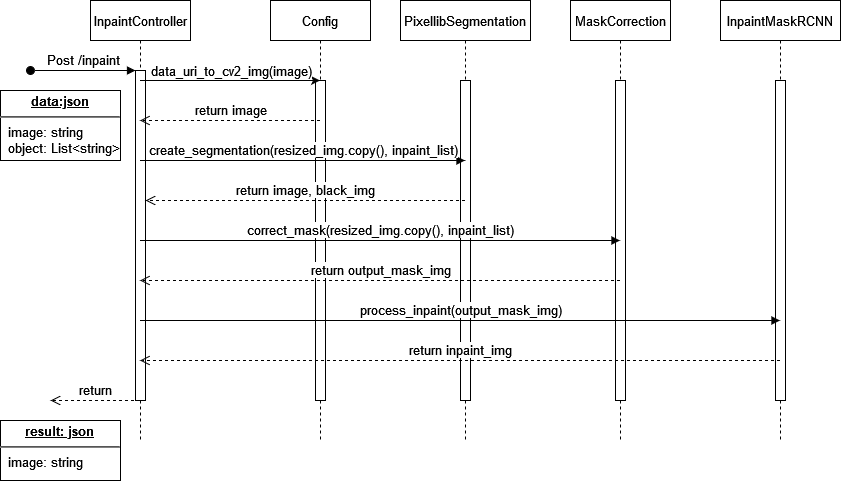
This is Documentation/SeqInpaintController.drawio.png from JesoosSoz/diminished-reality, a draw.io export, as it was before one commit. Source tidied: cells renumbered, new cells last; positions are measured from the earlier drawing's top-left corner, leaving out a move shared by most shapes.
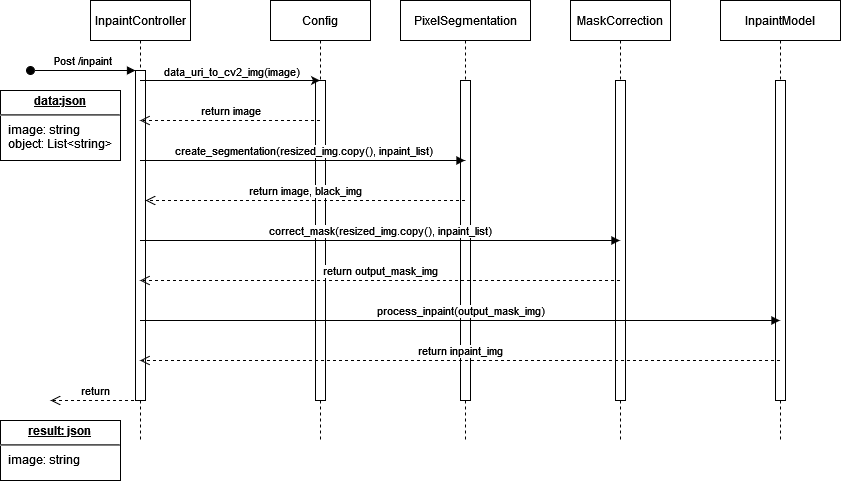
Later version of the same file.

Change to the diagram source:
```diff
@@ -2,109 +2,109 @@
   <root>
     <mxCell id="0" />
     <mxCell id="1" parent="0" />
-    <mxCell id="2" value="InpaintController" style="shape=umlLifeline;perimeter=lifelinePerimeter;rounded=0;shadow=0;strokeWidth=1;fontSize=13;" parent="1" vertex="1">
+    <mxCell id="2" value="InpaintController" style="shape=umlLifeline;perimeter=lifelinePerimeter;rounded=0;shadow=0;strokeWidth=1;" parent="1" vertex="1">
       <mxGeometry x="90" width="100" height="440" as="geometry" />
     </mxCell>
-    <mxCell id="3" style="points=[];perimeter=orthogonalPerimeter;rounded=0;shadow=0;strokeWidth=1;fontSize=13;" parent="2" vertex="1">
+    <mxCell id="3" style="points=[];perimeter=orthogonalPerimeter;rounded=0;shadow=0;strokeWidth=1;" parent="2" vertex="1">
       <mxGeometry x="45" y="70" width="10" height="330" as="geometry" />
     </mxCell>
-    <mxCell id="4" value="Post /inpaint" style="verticalAlign=bottom;startArrow=oval;endArrow=block;startSize=8;shadow=0;strokeWidth=1;fontSize=13;" parent="2" edge="1" target="3">
+    <mxCell id="4" value="Post /inpaint" style="verticalAlign=bottom;startArrow=oval;endArrow=block;startSize=8;shadow=0;strokeWidth=1;" parent="2" edge="1" target="3">
       <mxGeometry relative="1" as="geometry">
         <mxPoint x="-60" y="70" as="sourcePoint" />
       </mxGeometry>
     </mxCell>
-    <mxCell id="5" value="&lt;p style=&quot;margin: 4px 0px 0px; text-align: center; text-decoration: underline; font-size: 13px;&quot;&gt;&lt;b style=&quot;font-size: 13px;&quot;&gt;result: json&lt;/b&gt;&lt;br style=&quot;font-size: 13px;&quot;&gt;&lt;/p&gt;&lt;hr style=&quot;font-size: 13px;&quot;&gt;&lt;p style=&quot;margin: 0px 0px 0px 8px; font-size: 13px;&quot;&gt;image: string&lt;br style=&quot;font-size: 13px;&quot;&gt;&lt;/p&gt;" style="verticalAlign=top;align=left;overflow=fill;fontSize=13;fontFamily=Helvetica;html=1;" parent="2" vertex="1">
+    <mxCell id="5" value="&lt;p style=&quot;margin: 0px ; margin-top: 4px ; text-align: center ; text-decoration: underline&quot;&gt;&lt;b&gt;result: json&lt;/b&gt;&lt;br&gt;&lt;/p&gt;&lt;hr&gt;&lt;p style=&quot;margin: 0px ; margin-left: 8px&quot;&gt;image: string&lt;br&gt;&lt;/p&gt;" style="verticalAlign=top;align=left;overflow=fill;fontSize=12;fontFamily=Helvetica;html=1;" parent="2" vertex="1">
       <mxGeometry x="-90" y="420" width="120" height="60" as="geometry" />
     </mxCell>
-    <mxCell id="6" value="&lt;p style=&quot;margin: 4px 0px 0px; text-align: center; text-decoration: underline; font-size: 13px;&quot;&gt;&lt;b style=&quot;font-size: 13px;&quot;&gt;data:json&lt;/b&gt;&lt;/p&gt;&lt;hr style=&quot;font-size: 13px;&quot;&gt;&lt;p style=&quot;margin: 0px 0px 0px 8px; font-size: 13px;&quot;&gt;image: string&lt;br style=&quot;font-size: 13px;&quot;&gt;object: List&amp;lt;string&amp;gt;&lt;br style=&quot;font-size: 13px;&quot;&gt;&lt;/p&gt;" style="verticalAlign=top;align=left;overflow=fill;fontSize=13;fontFamily=Helvetica;html=1;" parent="2" vertex="1">
+    <mxCell id="6" value="&lt;p style=&quot;margin: 0px ; margin-top: 4px ; text-align: center ; text-decoration: underline&quot;&gt;&lt;b&gt;data:json&lt;/b&gt;&lt;/p&gt;&lt;hr&gt;&lt;p style=&quot;margin: 0px ; margin-left: 8px&quot;&gt;image: string&lt;br&gt;object: List&amp;lt;string&amp;gt;&lt;br&gt;&lt;/p&gt;" style="verticalAlign=top;align=left;overflow=fill;fontSize=12;fontFamily=Helvetica;html=1;" parent="2" vertex="1">
       <mxGeometry x="-90" y="90" width="120" height="70" as="geometry" />
     </mxCell>
-    <mxCell id="7" value="PixellibSegmentation" style="shape=umlLifeline;perimeter=lifelinePerimeter;rounded=0;shadow=0;strokeWidth=1;fontSize=13;" parent="1" vertex="1">
+    <mxCell id="7" value="PixelSegmentation" style="shape=umlLifeline;perimeter=lifelinePerimeter;rounded=0;shadow=0;strokeWidth=1;" parent="1" vertex="1">
       <mxGeometry x="400" width="130" height="440" as="geometry" />
     </mxCell>
-    <mxCell id="8" style="perimeter=orthogonalPerimeter;rounded=0;shadow=0;strokeWidth=1;fontSize=13;" parent="7" vertex="1">
+    <mxCell id="8" style="perimeter=orthogonalPerimeter;rounded=0;shadow=0;strokeWidth=1;" parent="7" vertex="1">
       <mxGeometry x="60" y="80" width="10" height="320" as="geometry" />
     </mxCell>
-    <mxCell id="9" value="MaskCorrection" style="shape=umlLifeline;perimeter=lifelinePerimeter;rounded=0;shadow=0;strokeWidth=1;fontSize=13;" parent="1" vertex="1">
+    <mxCell id="9" value="MaskCorrection" style="shape=umlLifeline;perimeter=lifelinePerimeter;rounded=0;shadow=0;strokeWidth=1;" parent="1" vertex="1">
       <mxGeometry x="570" width="100" height="440" as="geometry" />
     </mxCell>
-    <mxCell id="10" style="perimeter=orthogonalPerimeter;rounded=0;shadow=0;strokeWidth=1;fontSize=13;" parent="9" vertex="1">
+    <mxCell id="10" style="perimeter=orthogonalPerimeter;rounded=0;shadow=0;strokeWidth=1;" parent="9" vertex="1">
       <mxGeometry x="45" y="80" width="10" height="320" as="geometry" />
     </mxCell>
-    <mxCell id="11" value="InpaintMaskRCNN" style="shape=umlLifeline;perimeter=lifelinePerimeter;rounded=0;shadow=0;strokeWidth=1;size=40;fontSize=13;" parent="1" vertex="1">
+    <mxCell id="11" value="InpaintModel" style="shape=umlLifeline;perimeter=lifelinePerimeter;rounded=0;shadow=0;strokeWidth=1;size=40;" parent="1" vertex="1">
       <mxGeometry x="720" width="120" height="440" as="geometry" />
     </mxCell>
-    <mxCell id="12" style="perimeter=orthogonalPerimeter;rounded=0;shadow=0;strokeWidth=1;fontSize=13;" parent="11" vertex="1">
+    <mxCell id="12" style="perimeter=orthogonalPerimeter;rounded=0;shadow=0;strokeWidth=1;" parent="11" vertex="1">
       <mxGeometry x="55" y="80" width="10" height="320" as="geometry" />
     </mxCell>
-    <mxCell id="13" value="Config" style="shape=umlLifeline;perimeter=lifelinePerimeter;rounded=0;shadow=0;strokeWidth=1;fontSize=13;" parent="1" vertex="1">
+    <mxCell id="13" value="Config" style="shape=umlLifeline;perimeter=lifelinePerimeter;rounded=0;shadow=0;strokeWidth=1;" parent="1" vertex="1">
       <mxGeometry x="270" width="100" height="440" as="geometry" />
     </mxCell>
-    <mxCell id="14" style="perimeter=orthogonalPerimeter;rounded=0;shadow=0;strokeWidth=1;fontSize=13;" parent="13" vertex="1">
+    <mxCell id="14" style="perimeter=orthogonalPerimeter;rounded=0;shadow=0;strokeWidth=1;" parent="13" vertex="1">
       <mxGeometry x="45" y="80" width="10" height="320" as="geometry" />
     </mxCell>
-    <mxCell id="15" style="endArrow=classic;html=1;rounded=0;fontSize=13;" parent="1" edge="1" source="2" target="13">
+    <mxCell id="15" style="endArrow=classic;html=1;rounded=0;" parent="1" edge="1" source="2" target="13">
       <mxGeometry relative="1" as="geometry">
         <Array as="points">
           <mxPoint x="240" y="80" />
         </Array>
       </mxGeometry>
     </mxCell>
-    <mxCell id="16" value="data_uri_to_cv2_img(image)" style="edgeLabel;html=1;align=center;verticalAlign=middle;fontSize=13;" parent="15" vertex="1">
+    <mxCell id="16" value="data_uri_to_cv2_img(image)" style="edgeLabel;html=1;align=center;verticalAlign=middle;" parent="15" vertex="1">
       <mxGeometry x="0.11" y="-2" relative="1" as="geometry">
         <mxPoint x="-9" y="-12" as="offset" />
       </mxGeometry>
     </mxCell>
-    <mxCell id="17" value="return image" style="html=1;verticalAlign=bottom;endArrow=open;dashed=1;endSize=8;rounded=0;fontSize=13;" parent="1" edge="1" source="13" target="2">
+    <mxCell id="17" value="return image" style="html=1;verticalAlign=bottom;endArrow=open;dashed=1;endSize=8;rounded=0;" parent="1" edge="1" source="13" target="2">
       <mxGeometry relative="1" as="geometry">
         <Array as="points">
           <mxPoint x="280" y="120" />
         </Array>
       </mxGeometry>
     </mxCell>
-    <mxCell id="18" value="create_segmentation(resized_img.copy(), inpaint_list)" style="html=1;verticalAlign=bottom;endArrow=block;rounded=0;fontSize=13;" parent="1" edge="1" source="2" target="7">
+    <mxCell id="18" value="create_segmentation(resized_img.copy(), inpaint_list)" style="html=1;verticalAlign=bottom;endArrow=block;rounded=0;" parent="1" edge="1" source="2" target="7">
       <mxGeometry relative="1" as="geometry">
         <Array as="points">
           <mxPoint x="430" y="160" />
         </Array>
       </mxGeometry>
     </mxCell>
-    <mxCell id="19" value="return image, black_img" style="html=1;verticalAlign=bottom;endArrow=open;dashed=1;endSize=8;rounded=0;fontSize=13;" parent="1" edge="1" source="7" target="3">
+    <mxCell id="19" value="return image, black_img" style="html=1;verticalAlign=bottom;endArrow=open;dashed=1;endSize=8;rounded=0;" parent="1" edge="1" source="7" target="3">
       <mxGeometry relative="1" as="geometry">
         <Array as="points">
           <mxPoint x="440" y="200" />
         </Array>
       </mxGeometry>
     </mxCell>
-    <mxCell id="20" value="correct_mask(resized_img.copy(), inpaint_list)" style="html=1;verticalAlign=bottom;endArrow=block;rounded=0;fontSize=13;" parent="1" edge="1" source="2" target="9">
+    <mxCell id="20" value="correct_mask(resized_img.copy(), inpaint_list)" style="html=1;verticalAlign=bottom;endArrow=block;rounded=0;" parent="1" edge="1" source="2" target="9">
       <mxGeometry relative="1" as="geometry">
         <Array as="points">
           <mxPoint x="410" y="240" />
         </Array>
       </mxGeometry>
     </mxCell>
-    <mxCell id="21" value="return output_mask_img" style="html=1;verticalAlign=bottom;endArrow=open;dashed=1;endSize=8;rounded=0;fontSize=13;" parent="1" edge="1" source="9" target="2">
+    <mxCell id="21" value="return output_mask_img" style="html=1;verticalAlign=bottom;endArrow=open;dashed=1;endSize=8;rounded=0;" parent="1" edge="1" source="9" target="2">
       <mxGeometry relative="1" as="geometry">
         <Array as="points">
           <mxPoint x="540" y="280" />
         </Array>
       </mxGeometry>
     </mxCell>
-    <mxCell id="22" value="process_inpaint(output_mask_img)" style="html=1;verticalAlign=bottom;endArrow=block;rounded=0;fontSize=13;" parent="1" edge="1" source="2" target="11">
+    <mxCell id="22" value="process_inpaint(output_mask_img)" style="html=1;verticalAlign=bottom;endArrow=block;rounded=0;" parent="1" edge="1" source="2" target="11">
       <mxGeometry relative="1" as="geometry">
         <Array as="points">
           <mxPoint x="660" y="320" />
         </Array>
       </mxGeometry>
     </mxCell>
-    <mxCell id="23" value="return inpaint_img" style="html=1;verticalAlign=bottom;endArrow=open;dashed=1;endSize=8;rounded=0;fontSize=13;" parent="1" edge="1" source="11" target="2">
+    <mxCell id="23" value="return inpaint_img" style="html=1;verticalAlign=bottom;endArrow=open;dashed=1;endSize=8;rounded=0;" parent="1" edge="1" source="11" target="2">
       <mxGeometry relative="1" as="geometry">
         <Array as="points">
           <mxPoint x="740" y="360" />
         </Array>
       </mxGeometry>
     </mxCell>
-    <mxCell id="24" value="return" style="html=1;verticalAlign=bottom;endArrow=open;dashed=1;endSize=8;rounded=0;fontSize=13;" parent="1" edge="1" source="2">
+    <mxCell id="24" value="return" style="html=1;verticalAlign=bottom;endArrow=open;dashed=1;endSize=8;rounded=0;" parent="1" edge="1" source="2">
       <mxGeometry relative="1" as="geometry">
         <mxPoint x="50" y="400" as="targetPoint" />
         <Array as="points">
```
